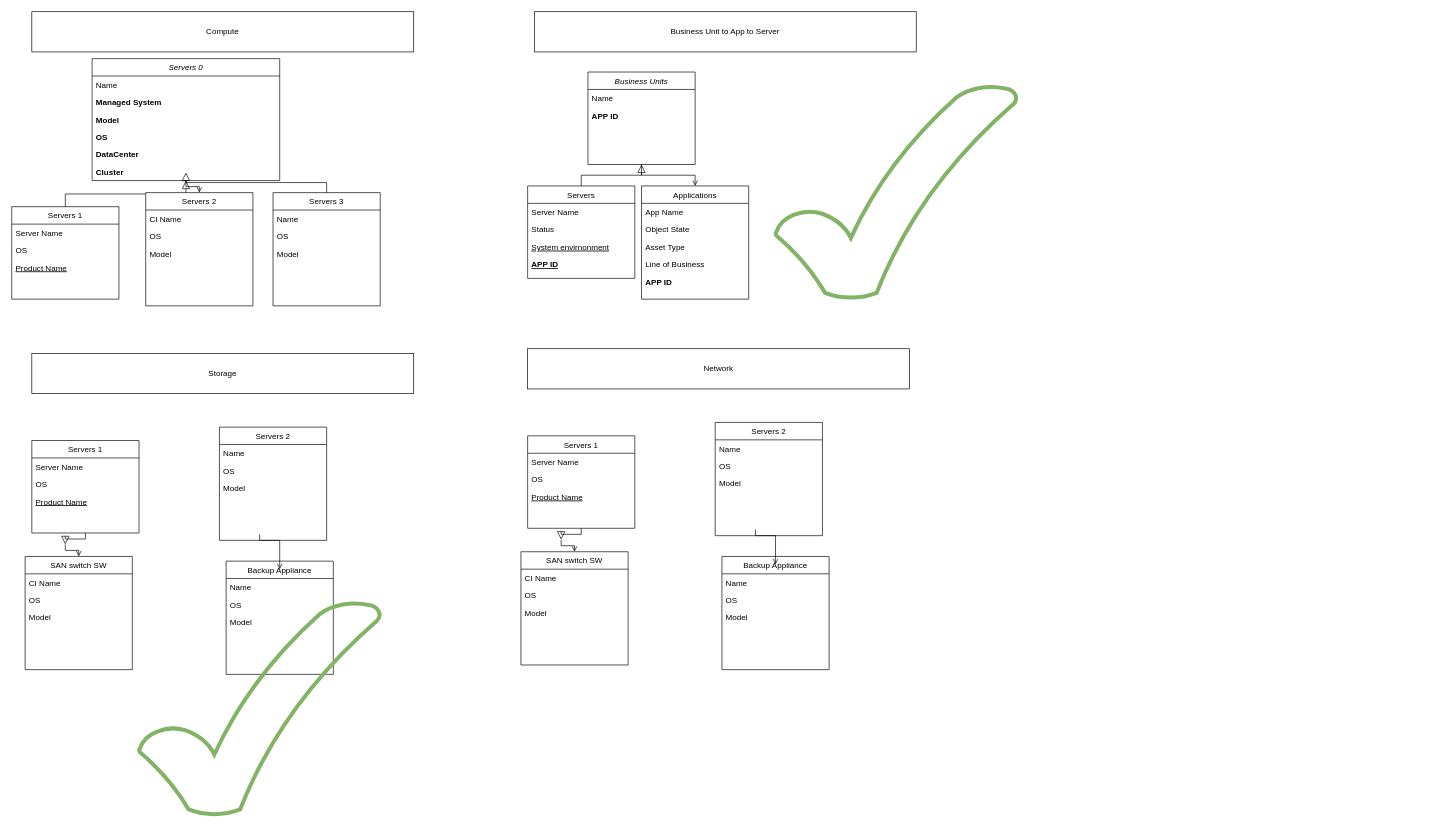
Above: page "Page-1" (1 of 3) of Untitled Diagram.drawio in ACummings23/DS-SQL-Exercise (draw.io), before the change. Source tidied: cells renumbered, new cells numbered last; positions are measured from the earlier drawing's top-left corner, leaving out a move shared by most shapes. Both pictures are drawn from the tidied source at 67%, with x=0, y=0 at pixel (11, 11).
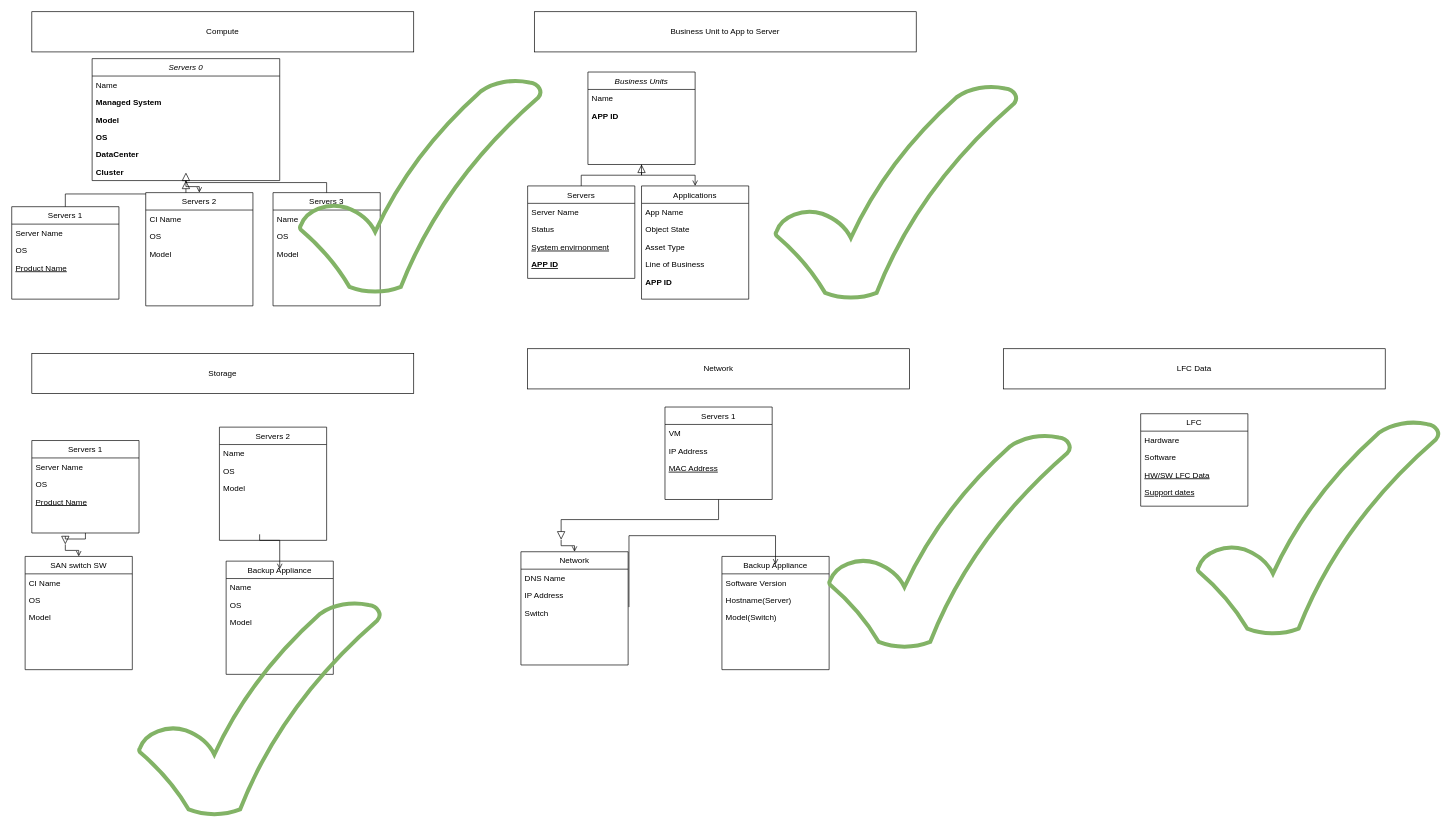
The same page after the edit.

Unchanged cells that the change refers to:
```xml
<mxCell id="77" value="Backup Appliance" style="swimlane;fontStyle=0;align=center;verticalAlign=top;horizontal=1;startSize=26;rounded=0;shadow=0;strokeWidth=1;" parent="1" vertex="1">
  <mxGeometry x="1060" y="813" width="160" height="169" as="geometry" />
</mxCell>
```

Diff of the diagram source:
```diff
@@
     <mxCell id="63" value="Servers 1" style="swimlane;fontStyle=0;align=center;verticalAlign=top;horizontal=1;startSize=26;rounded=0;shadow=0;strokeWidth=1;" parent="1" vertex="1">
-      <mxGeometry x="770" y="633" width="160" height="138" as="geometry" />
+      <mxGeometry x="975" y="590" width="160" height="138" as="geometry" />
     </mxCell>
-    <mxCell id="64" value="Server Name" style="text;align=left;verticalAlign=top;spacingLeft=4;spacingRight=4;overflow=hidden;" parent="63" vertex="1">
+    <mxCell id="64" value="VM" style="text;align=left;verticalAlign=top;spacingLeft=4;spacingRight=4;overflow=hidden;" parent="63" vertex="1">
       <mxGeometry y="26" width="160" height="26" as="geometry" />
     </mxCell>
-    <mxCell id="65" value="OS" style="text;align=left;verticalAlign=top;spacingLeft=4;spacingRight=4;overflow=hidden;rounded=0;shadow=0;html=0;" parent="63" vertex="1">
+    <mxCell id="65" value="IP Address" style="text;align=left;verticalAlign=top;spacingLeft=4;spacingRight=4;overflow=hidden;rounded=0;shadow=0;html=0;" parent="63" vertex="1">
       <mxGeometry y="52" width="160" height="26" as="geometry" />
     </mxCell>
-    <mxCell id="66" value="Product Name" style="text;align=left;verticalAlign=top;spacingLeft=4;spacingRight=4;overflow=hidden;fontStyle=4;" parent="63" vertex="1">
+    <mxCell id="66" value="MAC Address" style="text;align=left;verticalAlign=top;spacingLeft=4;spacingRight=4;overflow=hidden;fontStyle=4;" parent="63" vertex="1">
       <mxGeometry y="78" width="160" height="26" as="geometry" />
     </mxCell>
@@
-    <mxCell id="68" value="SAN switch SW" style="swimlane;fontStyle=0;align=center;verticalAlign=top;horizontal=1;startSize=26;rounded=0;shadow=0;strokeWidth=1;" parent="1" vertex="1">
+    <mxCell id="68" value="Network" style="swimlane;fontStyle=0;align=center;verticalAlign=top;horizontal=1;startSize=26;rounded=0;shadow=0;strokeWidth=1;" parent="1" vertex="1">
       <mxGeometry x="760" y="806" width="160" height="169" as="geometry" />
     </mxCell>
-    <mxCell id="69" value="CI Name" style="text;align=left;verticalAlign=top;spacingLeft=4;spacingRight=4;overflow=hidden;" parent="68" vertex="1">
+    <mxCell id="69" value="DNS Name" style="text;align=left;verticalAlign=top;spacingLeft=4;spacingRight=4;overflow=hidden;" parent="68" vertex="1">
       <mxGeometry y="26" width="160" height="26" as="geometry" />
     </mxCell>
-    <mxCell id="70" value="OS" style="text;align=left;verticalAlign=top;spacingLeft=4;spacingRight=4;overflow=hidden;points=[[0,0.5],[1,0.5]];portConstraint=eastwest;rounded=0;shadow=0;html=0;" parent="68" vertex="1">
+    <mxCell id="70" value="IP Address" style="text;align=left;verticalAlign=top;spacingLeft=4;spacingRight=4;overflow=hidden;points=[[0,0.5],[1,0.5]];portConstraint=eastwest;rounded=0;shadow=0;html=0;" parent="68" vertex="1">
       <mxGeometry y="52" width="160" height="26" as="geometry" />
     </mxCell>
-    <mxCell id="71" value="Model" style="text;align=left;verticalAlign=top;spacingLeft=4;spacingRight=4;overflow=hidden;rounded=0;shadow=0;html=0;" parent="68" vertex="1">
+    <mxCell id="71" value="Switch" style="text;align=left;verticalAlign=top;spacingLeft=4;spacingRight=4;overflow=hidden;rounded=0;shadow=0;html=0;" parent="68" vertex="1">
       <mxGeometry y="78" width="160" height="26" as="geometry" />
     </mxCell>
@@
-    <mxCell id="73" value="Servers 2" style="swimlane;fontStyle=0;align=center;verticalAlign=top;horizontal=1;startSize=26;rounded=0;shadow=0;strokeWidth=1;" parent="1" vertex="1">
-      <mxGeometry x="1050" y="613" width="160" height="169" as="geometry" />
-    </mxCell>
-    <mxCell id="74" value="Name" style="text;align=left;verticalAlign=top;spacingLeft=4;spacingRight=4;overflow=hidden;" parent="73" vertex="1">
-      <mxGeometry y="26" width="160" height="26" as="geometry" />
-    </mxCell>
-    <mxCell id="75" value="OS" style="text;align=left;verticalAlign=top;spacingLeft=4;spacingRight=4;overflow=hidden;rounded=0;shadow=0;html=0;" parent="73" vertex="1">
-      <mxGeometry y="52" width="160" height="26" as="geometry" />
-    </mxCell>
-    <mxCell id="76" value="Model" style="text;align=left;verticalAlign=top;spacingLeft=4;spacingRight=4;overflow=hidden;rounded=0;shadow=0;html=0;" parent="73" vertex="1">
-      <mxGeometry y="78" width="160" height="26" as="geometry" />
-    </mxCell>
@@
-    <mxCell id="78" value="Name" style="text;align=left;verticalAlign=top;spacingLeft=4;spacingRight=4;overflow=hidden;" parent="77" vertex="1">
+    <mxCell id="78" value="Software Version" style="text;align=left;verticalAlign=top;spacingLeft=4;spacingRight=4;overflow=hidden;" parent="77" vertex="1">
       <mxGeometry y="26" width="160" height="26" as="geometry" />
     </mxCell>
-    <mxCell id="79" value="OS" style="text;align=left;verticalAlign=top;spacingLeft=4;spacingRight=4;overflow=hidden;rounded=0;shadow=0;html=0;" parent="77" vertex="1">
+    <mxCell id="79" value="Hostname(Server)" style="text;align=left;verticalAlign=top;spacingLeft=4;spacingRight=4;overflow=hidden;rounded=0;shadow=0;html=0;" parent="77" vertex="1">
       <mxGeometry y="52" width="160" height="26" as="geometry" />
     </mxCell>
-    <mxCell id="80" value="Model" style="text;align=left;verticalAlign=top;spacingLeft=4;spacingRight=4;overflow=hidden;rounded=0;shadow=0;html=0;" parent="77" vertex="1">
+    <mxCell id="80" value="Model(Switch)" style="text;align=left;verticalAlign=top;spacingLeft=4;spacingRight=4;overflow=hidden;rounded=0;shadow=0;html=0;" parent="77" vertex="1">
       <mxGeometry y="78" width="160" height="26" as="geometry" />
     </mxCell>
-    <mxCell id="81" style="endArrow=open;shadow=0;strokeWidth=1;rounded=0;endFill=1;edgeStyle=elbowEdgeStyle;elbow=vertical;" parent="1" edge="1">
+    <mxCell id="81" style="endArrow=open;shadow=0;strokeWidth=1;rounded=0;endFill=1;edgeStyle=elbowEdgeStyle;elbow=vertical;exitX=1.008;exitY=1.177;exitDx=0;exitDy=0;exitPerimeter=0;" parent="1" edge="1" source="70">
       <mxGeometry x="0.5" y="41" relative="1" as="geometry">
-        <mxPoint x="1110" y="773" as="sourcePoint" />
         <mxPoint x="1140" y="825" as="targetPoint" />
         <Array as="points">
           <mxPoint x="1310" y="782" />
         </Array>
         <mxPoint x="-40" y="32" as="offset" />
       </mxGeometry>
     </mxCell>
@@
+    <mxCell id="84" value="LFC Data" style="rounded=0;whiteSpace=wrap;html=1;" parent="1" vertex="1">
+      <mxGeometry x="1480" y="503" width="570" height="60" as="geometry" />
+    </mxCell>
+    <mxCell id="85" value="LFC" style="swimlane;fontStyle=0;align=center;verticalAlign=top;horizontal=1;startSize=26;rounded=0;shadow=0;strokeWidth=1;" parent="1" vertex="1">
+      <mxGeometry x="1685" y="600" width="160" height="138" as="geometry" />
+    </mxCell>
+    <mxCell id="86" value="Hardware" style="text;align=left;verticalAlign=top;spacingLeft=4;spacingRight=4;overflow=hidden;" parent="85" vertex="1">
+      <mxGeometry y="26" width="160" height="26" as="geometry" />
+    </mxCell>
+    <mxCell id="87" value="Software" style="text;align=left;verticalAlign=top;spacingLeft=4;spacingRight=4;overflow=hidden;rounded=0;shadow=0;html=0;" parent="85" vertex="1">
+      <mxGeometry y="52" width="160" height="26" as="geometry" />
+    </mxCell>
+    <mxCell id="88" value="HW/SW LFC Data" style="text;align=left;verticalAlign=top;spacingLeft=4;spacingRight=4;overflow=hidden;fontStyle=4;" parent="85" vertex="1">
+      <mxGeometry y="78" width="160" height="26" as="geometry" />
+    </mxCell>
+    <mxCell id="89" value="Support dates" style="text;align=left;verticalAlign=top;spacingLeft=4;spacingRight=4;overflow=hidden;fontStyle=4;" parent="85" vertex="1">
+      <mxGeometry y="104" width="160" height="26" as="geometry" />
+    </mxCell>
+    <mxCell id="90" style="verticalLabelPosition=bottom;verticalAlign=top;html=1;shape=mxgraph.basic.tick;fillColor=none;strokeColor=#82b366;strokeWidth=6;" parent="1" vertex="1">
+      <mxGeometry x="1220" y="630" width="360" height="320" as="geometry" />
+    </mxCell>
+    <mxCell id="91" style="verticalLabelPosition=bottom;verticalAlign=top;html=1;shape=mxgraph.basic.tick;fillColor=none;strokeColor=#82b366;strokeWidth=6;" parent="1" vertex="1">
+      <mxGeometry x="430" y="100" width="360" height="320" as="geometry" />
+    </mxCell>
+    <mxCell id="92" style="verticalLabelPosition=bottom;verticalAlign=top;html=1;shape=mxgraph.basic.tick;fillColor=none;strokeColor=#82b366;strokeWidth=6;" parent="1" vertex="1">
+      <mxGeometry x="1770" y="610" width="360" height="320" as="geometry" />
+    </mxCell>
```
